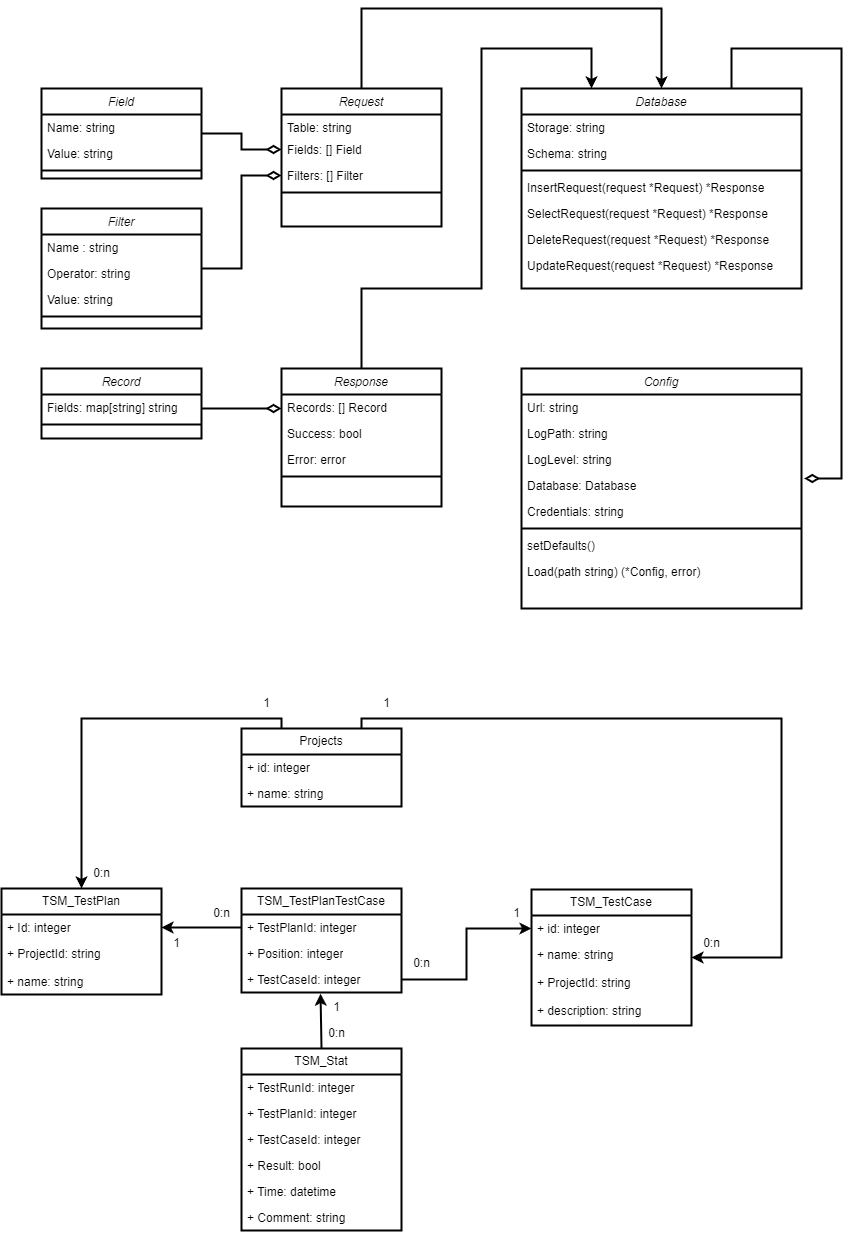
Earlier version of the draw.io export docs/diagrams-uml.drawio.png (necroin/test-system-manager). Source tidied: cells renumbered, new cells last; positions are measured from the earlier drawing's top-left corner, leaving out a move shared by most shapes.
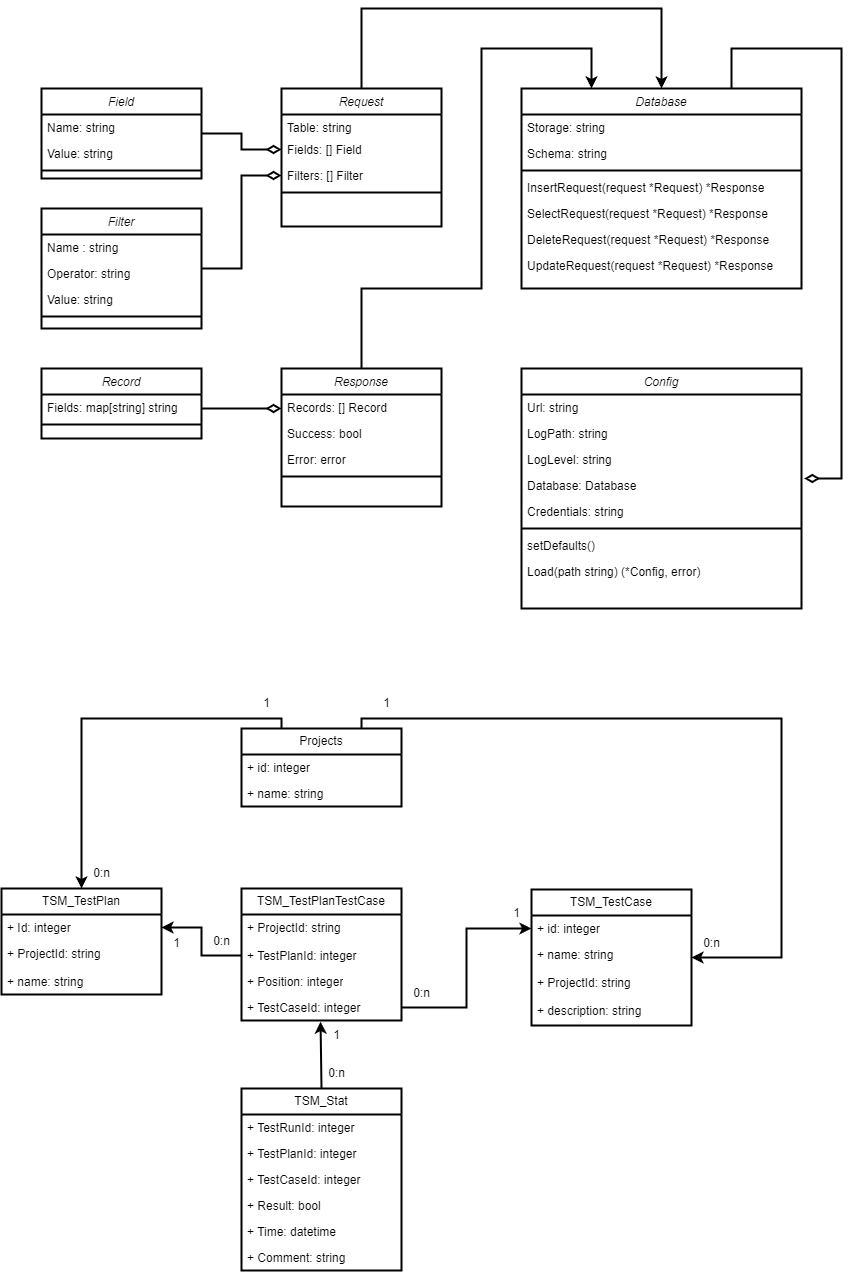
The same diagram one commit later.

The edit, as a diff of the source:
```diff
@@ -184,16 +184,19 @@
       <mxGeometry y="80" width="160" height="26" as="geometry" />
     </mxCell>
     <mxCell id="57" value="TSM_TestPlanTestCase" style="swimlane;fontStyle=0;horizontal=1;startSize=26;fillColor=none;whiteSpace=wrap;html=1;strokeWidth=2;" parent="1" vertex="1">
-      <mxGeometry x="240" y="880" width="160" height="104" as="geometry" />
+      <mxGeometry x="240" y="880" width="160" height="132" as="geometry" />
     </mxCell>
+    <mxCell id="85" value="+ ProjectId: string" style="text;strokeColor=none;fillColor=none;align=left;verticalAlign=top;spacingLeft=4;spacingRight=4;overflow=hidden;whiteSpace=wrap;html=1;strokeWidth=2;" parent="57" vertex="1">
+      <mxGeometry y="26" width="160" height="28" as="geometry" />
+    </mxCell>
     <mxCell id="58" value="+ TestPlanId: integer" style="text;strokeColor=none;fillColor=none;align=left;verticalAlign=top;spacingLeft=4;spacingRight=4;overflow=hidden;points=[[0,0.5],[1,0.5]];portConstraint=eastwest;whiteSpace=wrap;html=1;strokeWidth=2;" parent="57" vertex="1">
-      <mxGeometry y="26" width="160" height="26" as="geometry" />
+      <mxGeometry y="54" width="160" height="26" as="geometry" />
     </mxCell>
     <mxCell id="59" value="+ Position: integer" style="text;strokeColor=none;fillColor=none;align=left;verticalAlign=top;spacingLeft=4;spacingRight=4;overflow=hidden;whiteSpace=wrap;html=1;strokeWidth=2;" parent="57" vertex="1">
-      <mxGeometry y="52" width="160" height="26" as="geometry" />
+      <mxGeometry y="80" width="160" height="26" as="geometry" />
     </mxCell>
     <mxCell id="60" value="+ TestCaseId: integer" style="text;strokeColor=none;fillColor=none;align=left;verticalAlign=top;spacingLeft=4;spacingRight=4;overflow=hidden;points=[[0,0.5],[1,0.5]];portConstraint=eastwest;whiteSpace=wrap;html=1;strokeWidth=2;" parent="57" vertex="1">
-      <mxGeometry y="78" width="160" height="26" as="geometry" />
+      <mxGeometry y="106" width="160" height="26" as="geometry" />
     </mxCell>
     <mxCell id="61" style="edgeStyle=orthogonalEdgeStyle;rounded=0;jettySize=auto;html=1;entryX=1;entryY=0.5;entryDx=0;entryDy=0;exitX=0.75;exitY=0;exitDx=0;exitDy=0;strokeWidth=2;" parent="1" edge="1" source="45" target="48">
       <mxGeometry relative="1" as="geometry">
@@ -232,7 +235,7 @@
       <mxGeometry relative="1" as="geometry" />
     </mxCell>
     <mxCell id="67" value="TSM_Stat" style="swimlane;fontStyle=0;horizontal=1;startSize=26;fillColor=none;whiteSpace=wrap;html=1;strokeWidth=2;" parent="1" vertex="1">
-      <mxGeometry x="240" y="1040" width="160" height="182" as="geometry" />
+      <mxGeometry x="240" y="1080" width="160" height="182" as="geometry" />
     </mxCell>
     <mxCell id="68" value="+ TestRunId: integer" style="text;strokeColor=none;fillColor=none;align=left;verticalAlign=top;spacingLeft=4;spacingRight=4;overflow=hidden;whiteSpace=wrap;html=1;strokeWidth=2;" parent="67" vertex="1">
       <mxGeometry y="26" width="160" height="26" as="geometry" />
@@ -268,22 +271,22 @@
       <mxGeometry x="250" y="680" width="30" height="30" as="geometry" />
     </mxCell>
     <mxCell id="79" value="0:n" style="text;html=1;align=center;verticalAlign=middle;strokeColor=none;fillColor=none;strokeWidth=2;" parent="1" vertex="1">
-      <mxGeometry x="200" y="890" width="40" height="30" as="geometry" />
+      <mxGeometry x="200" y="918" width="40" height="30" as="geometry" />
     </mxCell>
     <mxCell id="80" value="1" style="text;html=1;align=center;verticalAlign=middle;strokeColor=none;fillColor=none;strokeWidth=2;" parent="1" vertex="1">
       <mxGeometry x="500" y="890" width="30" height="30" as="geometry" />
     </mxCell>
     <mxCell id="81" value="0:n" style="text;html=1;align=center;verticalAlign=middle;strokeColor=none;fillColor=none;strokeWidth=2;" parent="1" vertex="1">
-      <mxGeometry x="315" y="1010" width="40" height="30" as="geometry" />
+      <mxGeometry x="315" y="1050" width="40" height="30" as="geometry" />
     </mxCell>
     <mxCell id="82" value="1" style="text;html=1;align=center;verticalAlign=middle;strokeColor=none;fillColor=none;strokeWidth=2;" parent="1" vertex="1">
-      <mxGeometry x="320" y="984" width="30" height="30" as="geometry" />
+      <mxGeometry x="320" y="1012" width="30" height="30" as="geometry" />
     </mxCell>
     <mxCell id="83" value="1" style="text;html=1;align=center;verticalAlign=middle;strokeColor=none;fillColor=none;strokeWidth=2;" parent="1" vertex="1">
       <mxGeometry x="160" y="920" width="30" height="30" as="geometry" />
     </mxCell>
     <mxCell id="84" value="0:n" style="text;html=1;align=center;verticalAlign=middle;strokeColor=none;fillColor=none;strokeWidth=2;" parent="1" vertex="1">
-      <mxGeometry x="400" y="940" width="40" height="30" as="geometry" />
+      <mxGeometry x="400" y="970" width="40" height="30" as="geometry" />
     </mxCell>
   </root>
 </mxGraphModel>
```
